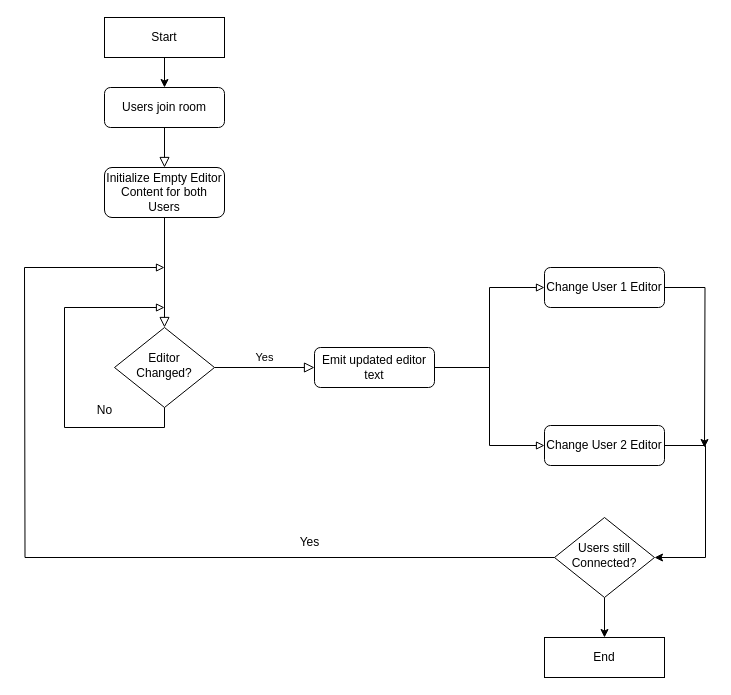
Above: CodeEditor.drawio in shaniceng/DrawIODiagrams (draw.io), before the change. Source tidied: cells renumbered, new cells numbered last; positions are measured from the earlier drawing's top-left corner, leaving out a move shared by most shapes. Both pictures are drawn from the tidied source at 100%, with x=0, y=0 at pixel (24, 17).
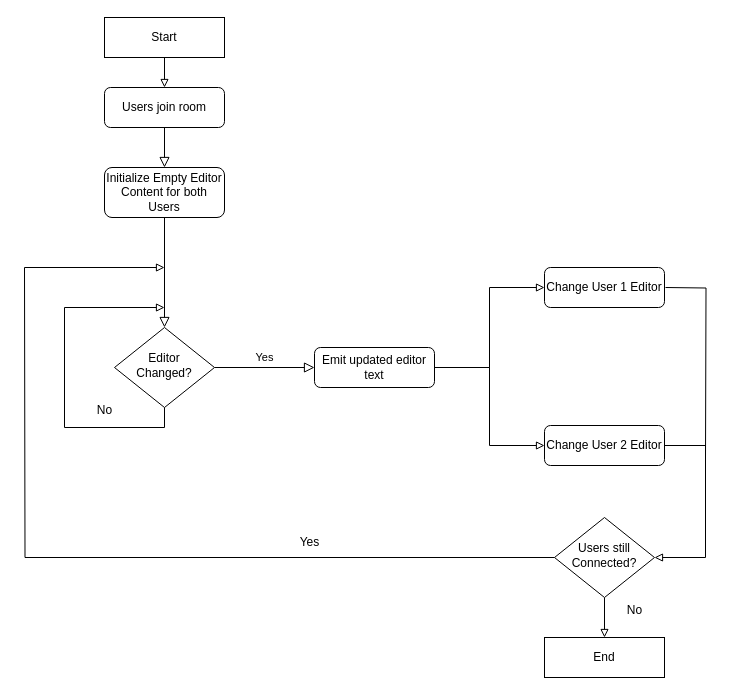
The same diagram, later.

The change refers to these unchanged cells:
```xml
<mxCell id="3" value="Users join room" style="rounded=1;whiteSpace=wrap;html=1;fontSize=12;glass=0;strokeWidth=1;shadow=0;" parent="1" vertex="1">
  <mxGeometry x="80" y="70" width="120" height="40" as="geometry" />
</mxCell>
<mxCell id="12" value="Change User 1 Editor" style="rounded=1;whiteSpace=wrap;html=1;fontSize=12;glass=0;strokeWidth=1;shadow=0;" parent="1" vertex="1">
  <mxGeometry x="520" y="250" width="120" height="40" as="geometry" />
</mxCell>
<mxCell id="14" value="Change User 2 Editor" style="rounded=1;whiteSpace=wrap;html=1;fontSize=12;glass=0;strokeWidth=1;shadow=0;" parent="1" vertex="1">
  <mxGeometry x="520" y="408" width="120" height="40" as="geometry" />
</mxCell>
<mxCell id="21" value="Users still Connected?" style="rhombus;whiteSpace=wrap;html=1;shadow=0;fontFamily=Helvetica;fontSize=12;align=center;strokeWidth=1;spacing=6;spacingTop=-4;" parent="1" vertex="1">
  <mxGeometry x="530" y="500" width="100" height="80" as="geometry" />
</mxCell>
<mxCell id="25" value="End" style="rounded=0;whiteSpace=wrap;html=1;" parent="1" vertex="1">
  <mxGeometry x="520" y="620" width="120" height="40" as="geometry" />
</mxCell>
<mxCell id="27" value="Start" style="rounded=0;whiteSpace=wrap;html=1;" parent="1" vertex="1">
  <mxGeometry x="80" width="120" height="40" as="geometry" />
</mxCell>
```

Change to the diagram source:
```diff
@@
-    <mxCell id="11" style="edgeStyle=orthogonalEdgeStyle;rounded=0;jettySize=auto;html=1;" parent="1" edge="1" source="12">
-      <mxGeometry relative="1" as="geometry">
-        <mxPoint x="680" y="430" as="targetPoint" />
-      </mxGeometry>
-    </mxCell>
@@
-    <mxCell id="13" style="edgeStyle=orthogonalEdgeStyle;rounded=0;jettySize=auto;html=1;entryX=1;entryY=0.5;entryDx=0;entryDy=0;" parent="1" edge="1" source="14" target="21">
+    <mxCell id="13" style="edgeStyle=orthogonalEdgeStyle;rounded=0;jettySize=auto;html=1;entryX=1;entryY=0.5;entryDx=0;entryDy=0;endArrow=block;endFill=0;" parent="1" edge="1" source="14" target="21">
       <mxGeometry relative="1" as="geometry">
         <Array as="points">
           <mxPoint x="681" y="428" />
           <mxPoint x="681" y="540" />
         </Array>
       </mxGeometry>
     </mxCell>
@@
-    <mxCell id="20" style="edgeStyle=orthogonalEdgeStyle;rounded=0;jettySize=auto;html=1;" parent="1" edge="1" source="21" target="25">
+    <mxCell id="20" style="edgeStyle=orthogonalEdgeStyle;rounded=0;jettySize=auto;html=1;endArrow=block;endFill=0;" parent="1" edge="1" source="21" target="25">
       <mxGeometry relative="1" as="geometry" />
     </mxCell>
@@
-    <mxCell id="26" style="edgeStyle=orthogonalEdgeStyle;rounded=0;jettySize=auto;html=1;entryX=0.5;entryY=0;entryDx=0;entryDy=0;" parent="1" edge="1" source="27" target="3">
+    <mxCell id="26" style="edgeStyle=orthogonalEdgeStyle;rounded=0;jettySize=auto;html=1;entryX=0.5;entryY=0;entryDx=0;entryDy=0;endArrow=block;endFill=0;" parent="1" edge="1" source="27" target="3">
       <mxGeometry relative="1" as="geometry" />
     </mxCell>
@@
+    <mxCell id="28" value="No" style="text;html=1;align=center;verticalAlign=middle;strokeColor=none;fillColor=none;" parent="1" vertex="1">
+      <mxGeometry x="590" y="578" width="40" height="30" as="geometry" />
+    </mxCell>
+    <mxCell id="29" style="endArrow=none;html=1;rounded=0;exitX=1;exitY=0.5;exitDx=0;exitDy=0;edgeStyle=orthogonalEdgeStyle;" parent="1" edge="1">
+      <mxGeometry relative="1" as="geometry">
+        <mxPoint x="641" y="270" as="sourcePoint" />
+        <mxPoint x="681" y="440" as="targetPoint" />
+      </mxGeometry>
+    </mxCell>
```
